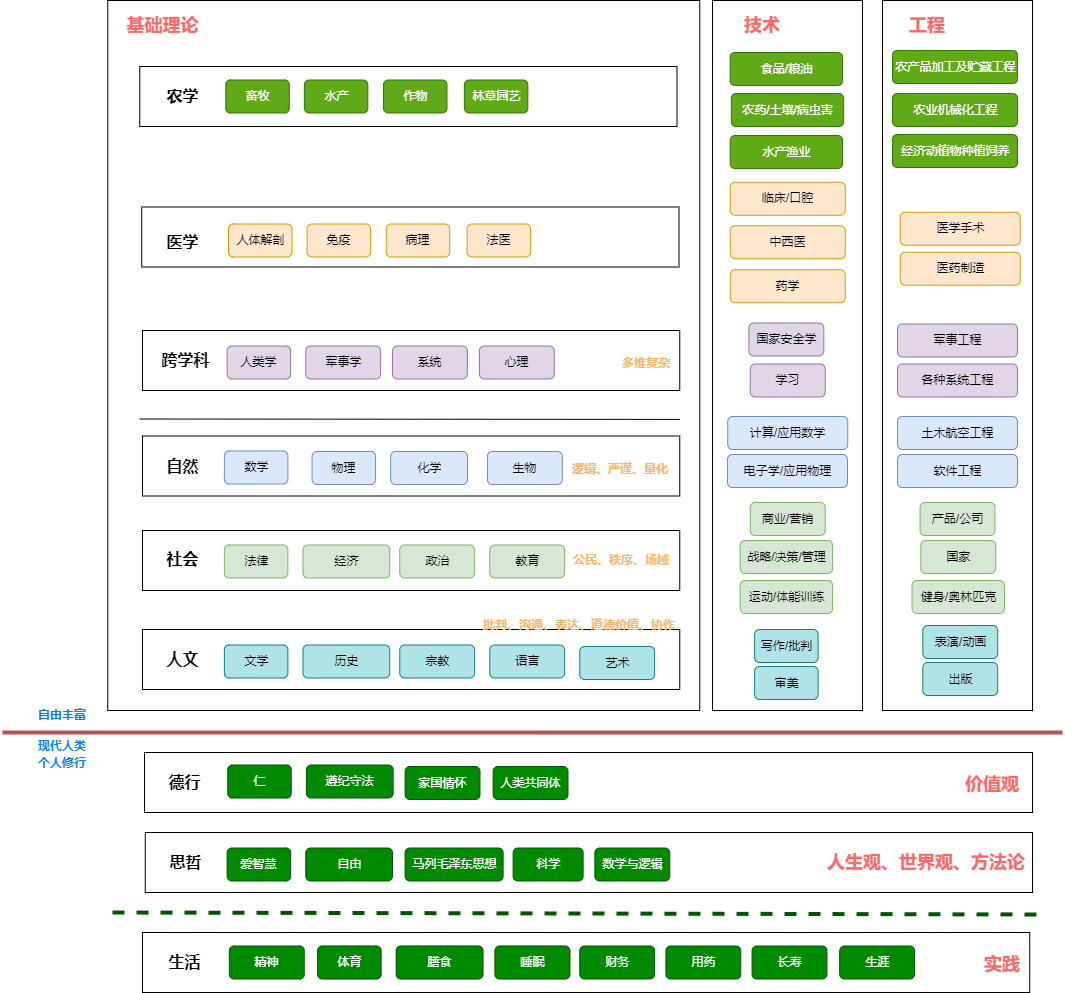
codefossil/livingbook keeps this draw.io diagram as image/big-science.drawio.png. Above is the earlier version. Source tidied: cells renumbered, new cells last; positions are measured from the earlier drawing's top-left corner, leaving out a move shared by most shapes.
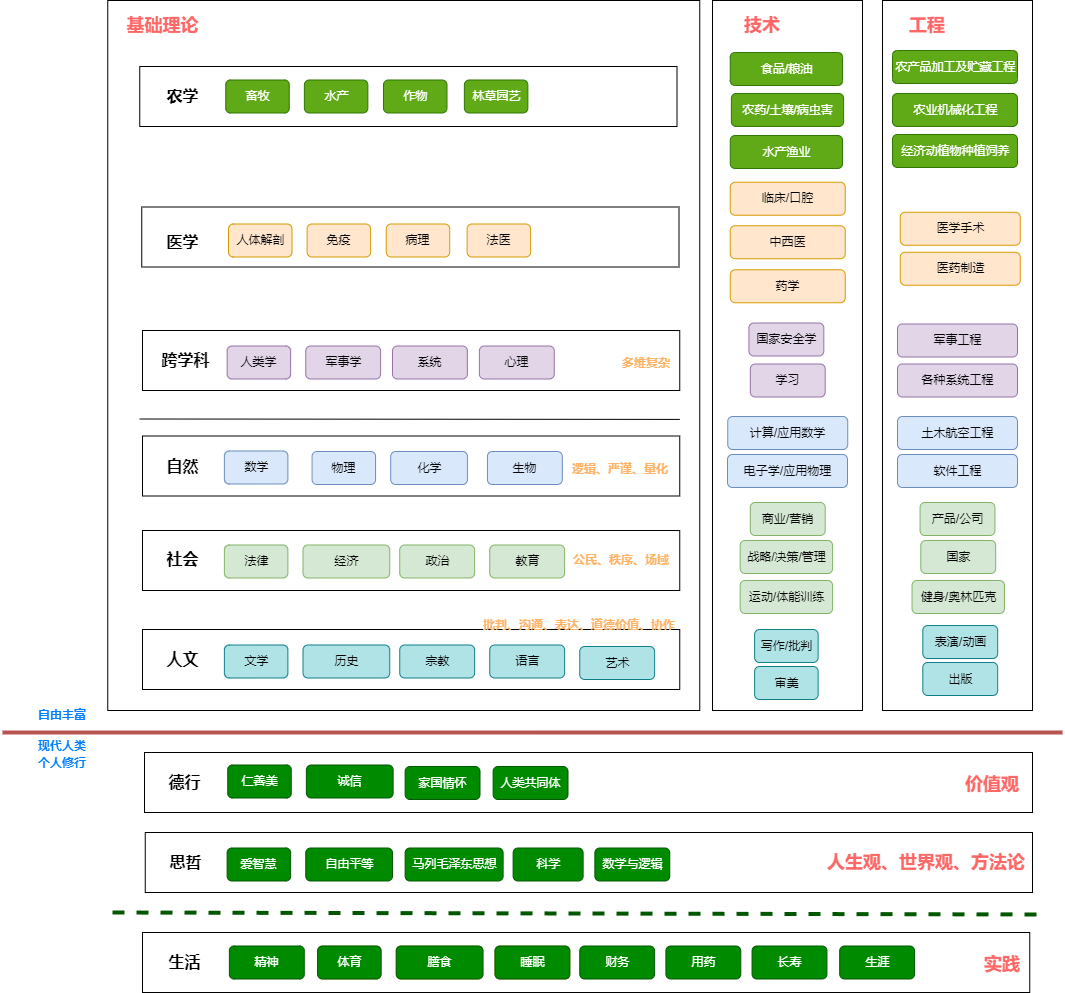
After the change.

Diff of the diagram source:
```diff
@@ -20,7 +20,7 @@
     <mxCell id="7" value="爱智慧" style="rounded=1;fillColor=#008a00;strokeColor=#005700;html=1;align=center;verticalAlign=middle;fontStyle=0;fontSize=12;sketch=0;shadow=0;fontColor=#ffffff;" parent="1" vertex="1">
       <mxGeometry x="224.6" y="847.5" width="63.5" height="33" as="geometry" />
     </mxCell>
-    <mxCell id="8" value="自由" style="rounded=1;fillColor=#008a00;strokeColor=#005700;html=1;align=center;verticalAlign=middle;fontStyle=0;fontSize=12;sketch=0;shadow=0;fontColor=#ffffff;" parent="1" vertex="1">
+    <mxCell id="8" value="自由平等" style="rounded=1;fillColor=#008a00;strokeColor=#005700;html=1;align=center;verticalAlign=middle;fontStyle=0;fontSize=12;sketch=0;shadow=0;fontColor=#ffffff;" parent="1" vertex="1">
       <mxGeometry x="303.2" y="847.5" width="86.8" height="33" as="geometry" />
     </mxCell>
     <mxCell id="9" value="数学与逻辑" style="rounded=1;fillColor=#008a00;strokeColor=#005700;html=1;align=center;verticalAlign=middle;fontStyle=0;fontSize=12;sketch=0;shadow=0;fontColor=#ffffff;" parent="1" vertex="1">
@@ -47,10 +47,10 @@
     <mxCell id="16" value="&lt;span style=&quot;font-size: 16px;&quot;&gt;德行&lt;br&gt;&lt;/span&gt;" style="fillColor=none;strokeColor=none;html=1;fontColor=#000000;align=center;verticalAlign=middle;fontStyle=1;fontSize=12;shadow=0;" parent="1" vertex="1">
       <mxGeometry x="139.2" y="765.5" width="86" height="33" as="geometry" />
     </mxCell>
-    <mxCell id="17" value="仁" style="rounded=1;fillColor=#008a00;strokeColor=#005700;html=1;align=center;verticalAlign=middle;fontStyle=0;fontSize=12;sketch=0;shadow=0;fontColor=#ffffff;" parent="1" vertex="1">
+    <mxCell id="17" value="仁善美" style="rounded=1;fillColor=#008a00;strokeColor=#005700;html=1;align=center;verticalAlign=middle;fontStyle=0;fontSize=12;sketch=0;shadow=0;fontColor=#ffffff;" parent="1" vertex="1">
       <mxGeometry x="225.2" y="764.5" width="63.5" height="33" as="geometry" />
     </mxCell>
-    <mxCell id="18" value="遵纪守法" style="rounded=1;fillColor=#008a00;strokeColor=#005700;html=1;align=center;verticalAlign=middle;fontStyle=0;fontSize=12;sketch=0;shadow=0;fontColor=#ffffff;" parent="1" vertex="1">
+    <mxCell id="18" value="诚信" style="rounded=1;fillColor=#008a00;strokeColor=#005700;html=1;align=center;verticalAlign=middle;fontStyle=0;fontSize=12;sketch=0;shadow=0;fontColor=#ffffff;" parent="1" vertex="1">
       <mxGeometry x="303.9" y="764.5" width="86.8" height="33" as="geometry" />
     </mxCell>
     <mxCell id="19" value="家国情怀" style="rounded=1;fillColor=#008a00;strokeColor=#005700;html=1;align=center;verticalAlign=middle;fontStyle=0;fontSize=12;sketch=0;shadow=0;fontColor=#ffffff;" parent="1" vertex="1">
```
